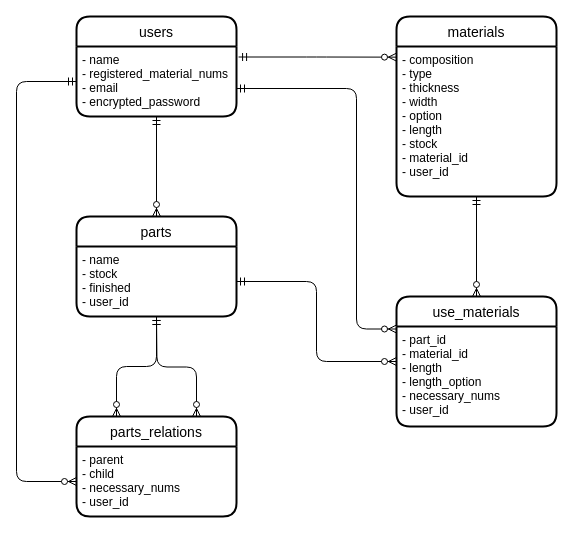
Earlier version of the draw.io diagram ERdiagram.drawio (orange-soba/material_control). Source tidied: cells renumbered, new cells numbered last; positions are measured from the earlier drawing's top-left corner, leaving out a move shared by most shapes. Both pictures are drawn from the tidied source at 100%, with x=0, y=0 at pixel (16, 16).
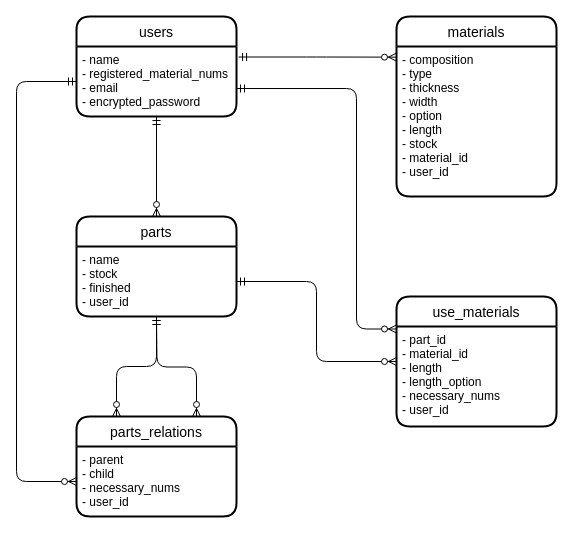
The same diagram, later.

The change refers to these unchanged cells:
```xml
<mxCell id="7" value="- composition&#10;- type&#10;- thickness&#10;- width&#10;- option&#10;- length&#10;- stock&#10;- material_id&#10;- user_id" style="align=left;strokeColor=none;fillColor=none;spacingLeft=4;fontSize=12;verticalAlign=top;" parent="6" vertex="1">
  <mxGeometry y="30" width="160" height="150" as="geometry" />
</mxCell>
<mxCell id="10" value="use_materials" style="swimlane;horizontal=1;startSize=30;rounded=1;fontSize=14;fontStyle=0;strokeWidth=2;shadow=0;dashed=0;align=center;" parent="1" vertex="1">
  <mxGeometry x="380" y="280" width="160" height="130" as="geometry" />
</mxCell>
```

What changed in the source:
```diff
@@
-    <mxCell id="16" style="edgeStyle=orthogonalEdgeStyle;fontSize=12;html=1;endArrow=ERzeroToMany;startArrow=ERmandOne;exitX=0.5;exitY=1;exitDx=0;exitDy=0;entryX=0.5;entryY=0;entryDx=0;entryDy=0;" parent="1" edge="1" source="7" target="10">
-      <mxGeometry relative="1" as="geometry" />
-    </mxCell>
```
